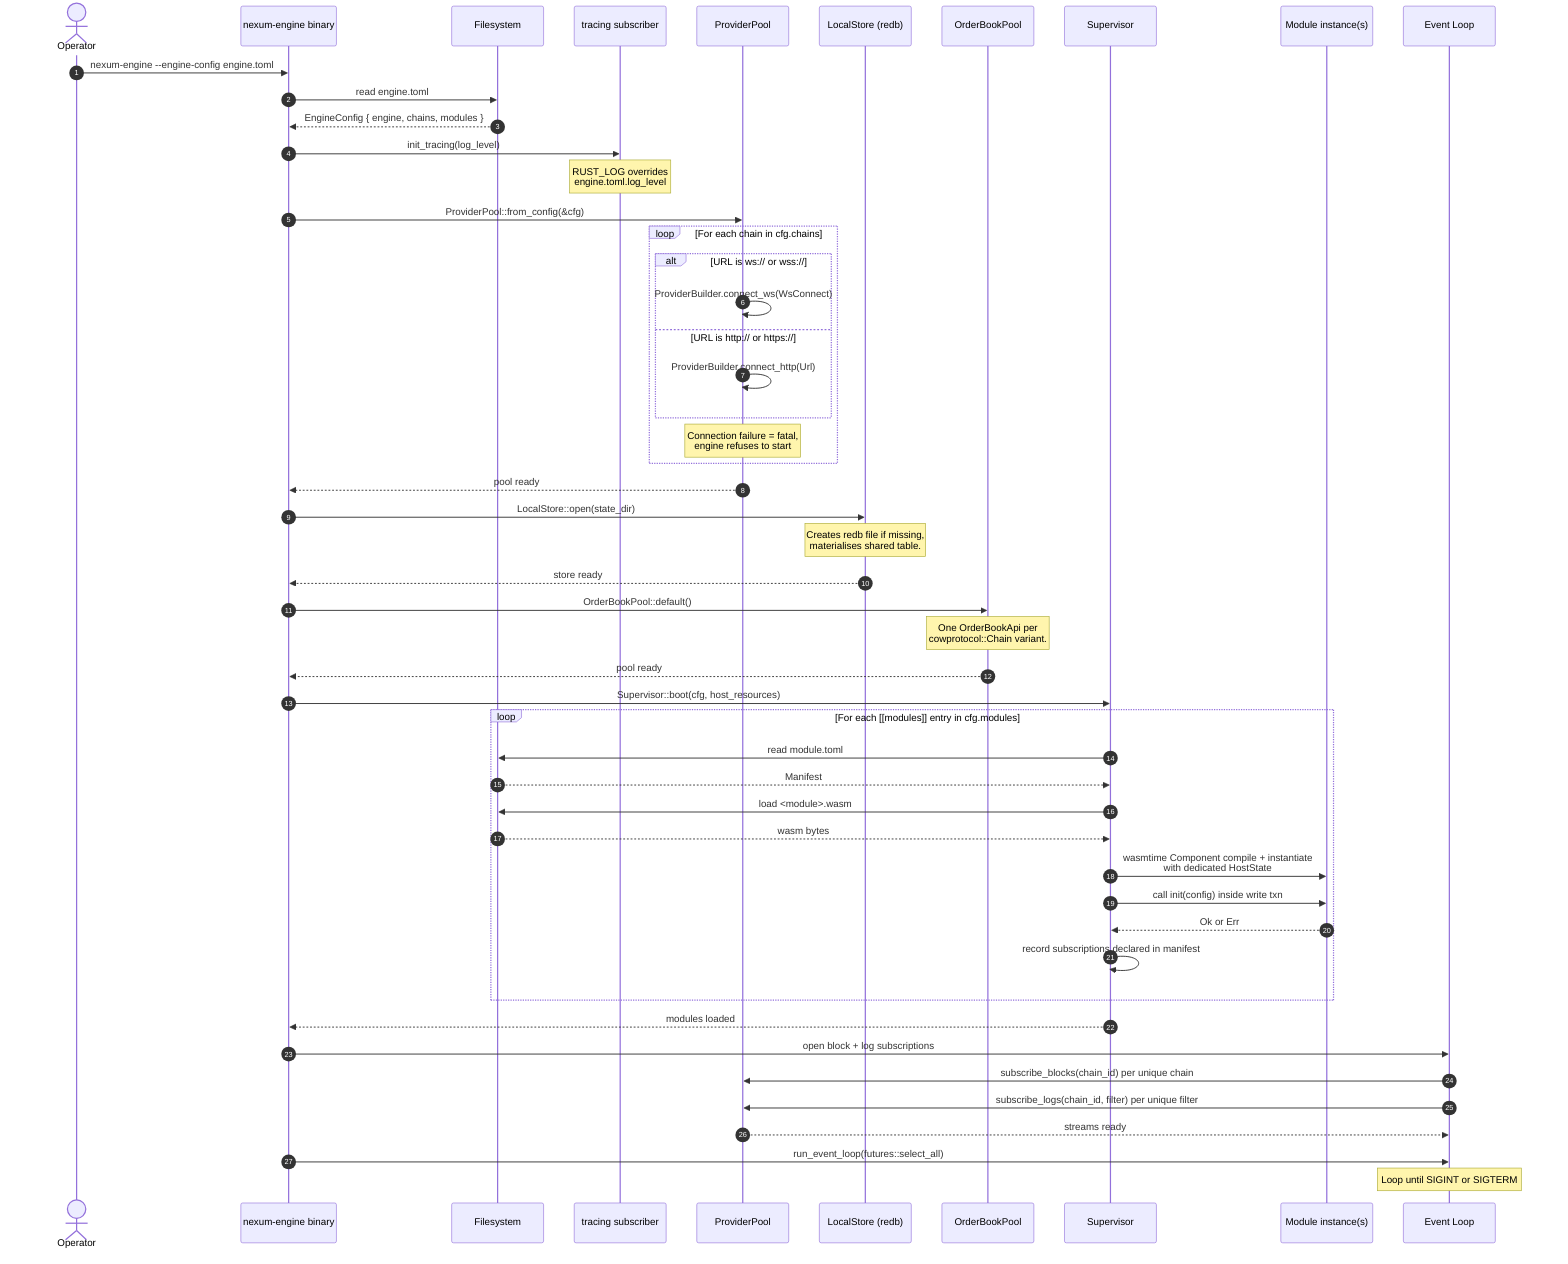
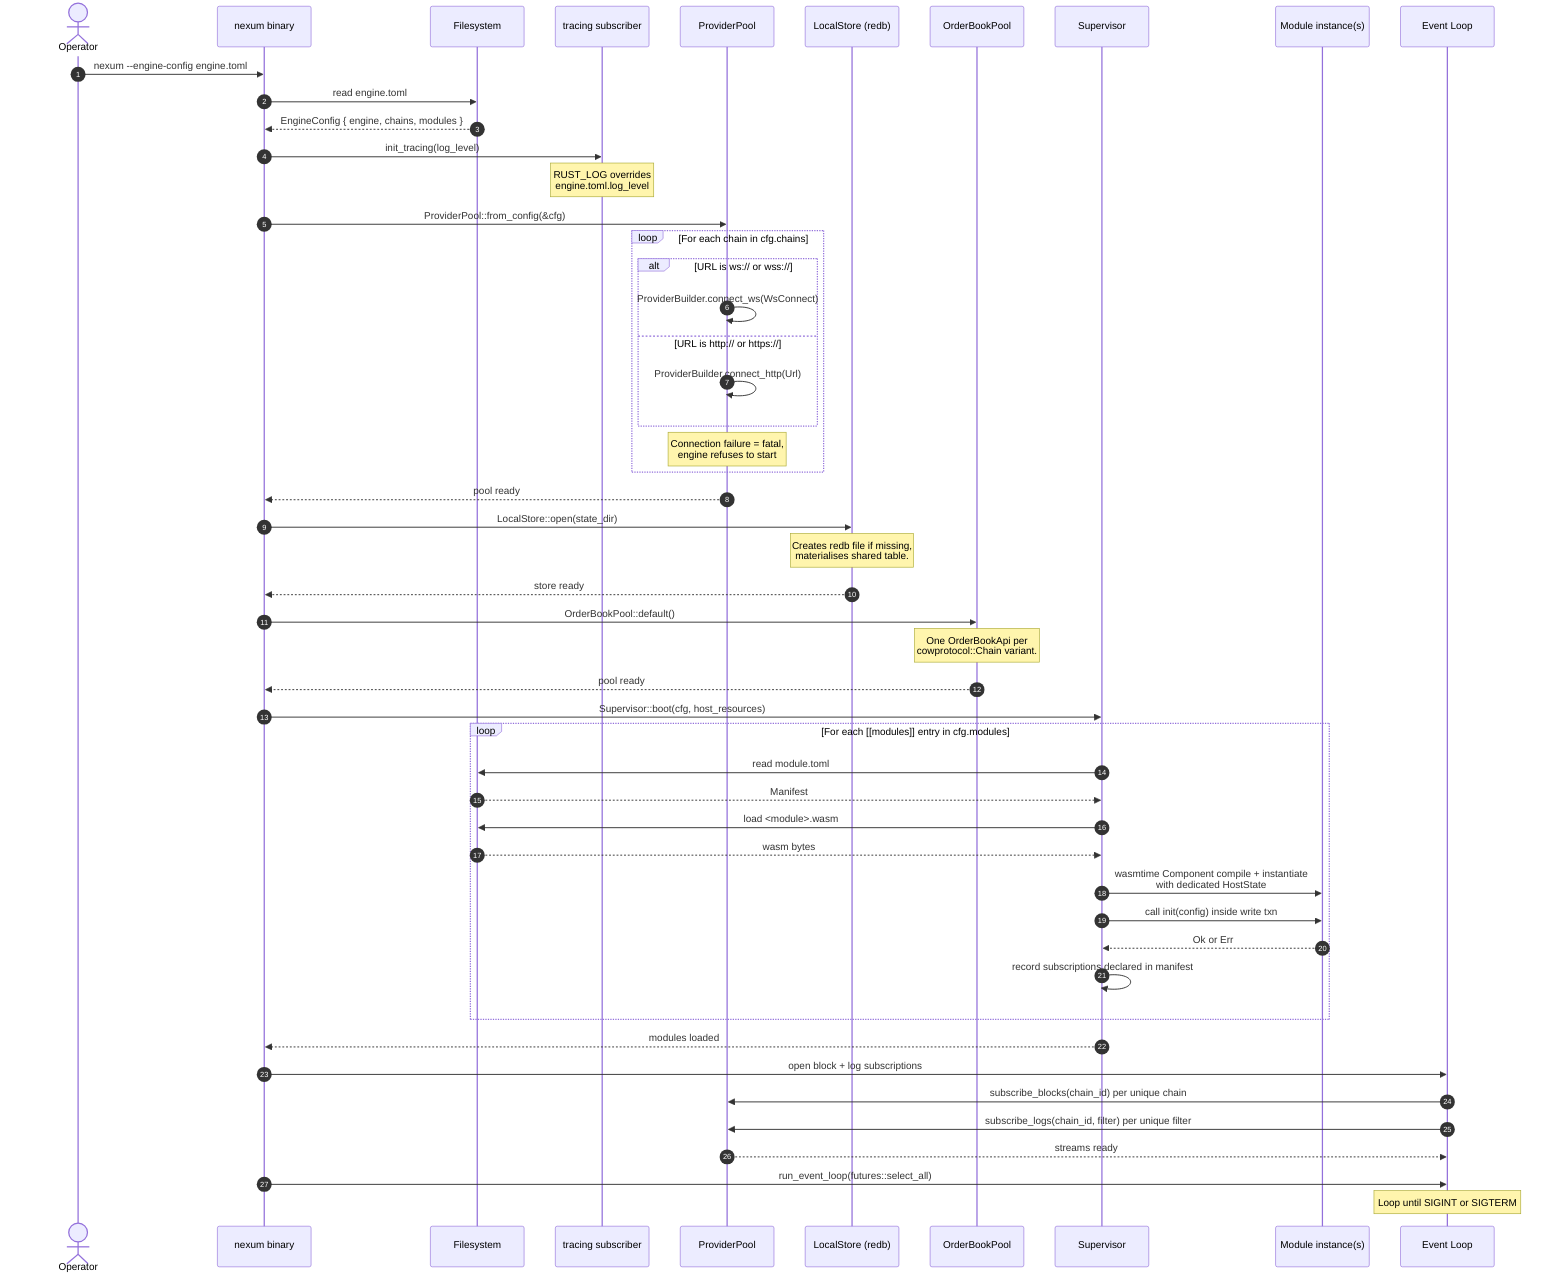
sequenceDiagram
    autonumber
    actor Op as Operator
-     participant Bin as nexum-engine binary
+     participant Bin as nexum binary
    participant FS as Filesystem
    participant Trc as tracing subscriber
    participant PP as ProviderPool
    participant LS as LocalStore (redb)
    participant OBP as OrderBookPool
    participant Sup as Supervisor
    participant Mod as Module instance(s)
    participant EL as Event Loop

-     Op->>Bin: nexum-engine --engine-config engine.toml
+     Op->>Bin: nexum --engine-config engine.toml
    Bin->>FS: read engine.toml
    FS-->>Bin: EngineConfig { engine, chains, modules }

    Bin->>Trc: init_tracing(log_level)
    Note over Trc: RUST_LOG overrides<br/>engine.toml.log_level

    Bin->>PP: ProviderPool::from_config(&cfg)
    loop For each chain in cfg.chains
        alt URL is ws:// or wss://
            PP->>PP: ProviderBuilder.connect_ws(WsConnect)
        else URL is http:// or https://
            PP->>PP: ProviderBuilder.connect_http(Url)
        end
        Note over PP: Connection failure = fatal,<br/>engine refuses to start
    end
    PP-->>Bin: pool ready

    Bin->>LS: LocalStore::open(state_dir)
    Note over LS: Creates redb file if missing,<br/>materialises shared table.
    LS-->>Bin: store ready

    Bin->>OBP: OrderBookPool::default()
    Note over OBP: One OrderBookApi per<br/>cowprotocol::Chain variant.
    OBP-->>Bin: pool ready

    Bin->>Sup: Supervisor::boot(cfg, host_resources)
    loop For each [[modules]] entry in cfg.modules
        Sup->>FS: read module.toml
        FS-->>Sup: Manifest
        Sup->>FS: load <module>.wasm
        FS-->>Sup: wasm bytes
        Sup->>Mod: wasmtime Component compile + instantiate<br/>with dedicated HostState
        Sup->>Mod: call init(config) inside write txn
        Mod-->>Sup: Ok or Err
        Sup->>Sup: record subscriptions declared in manifest
    end
    Sup-->>Bin: modules loaded

    Bin->>EL: open block + log subscriptions
    EL->>PP: subscribe_blocks(chain_id) per unique chain
    EL->>PP: subscribe_logs(chain_id, filter) per unique filter
    PP-->>EL: streams ready

    Bin->>EL: run_event_loop(futures::select_all)
    Note over EL: Loop until SIGINT or SIGTERM
